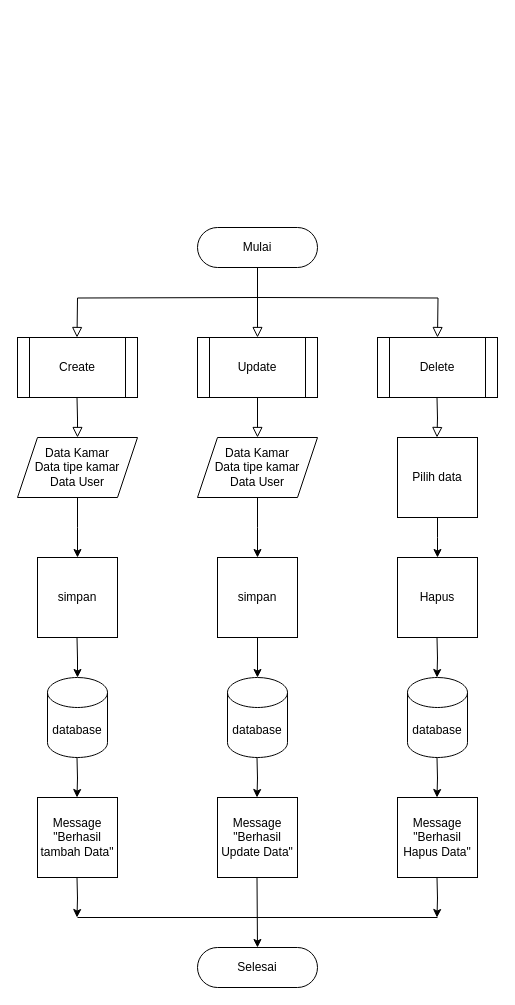
Above: Administrator diagram.drawio in Go-UKK/Flowcart (draw.io), before the change. Source tidied: cells renumbered, new cells numbered last; positions are measured from the earlier drawing's top-left corner, leaving out a move shared by most shapes. Both pictures are drawn from the tidied source at 100%, with x=0, y=0 at pixel (17, 227).
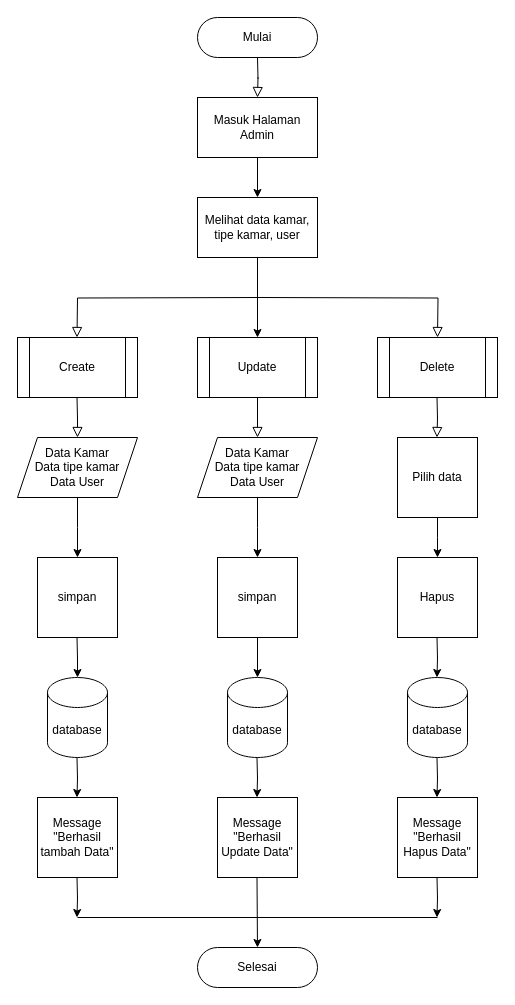
The same page after the edit.

The change refers to these unchanged cells:
```xml
<mxCell id="4" value="Update" style="shape=process;whiteSpace=wrap;html=1;backgroundOutline=1;" parent="1" vertex="1">
  <mxGeometry x="180" y="110" width="120" height="60" as="geometry" />
</mxCell>
```

Diff of the diagram source:
```diff
@@
     <mxCell id="2" style="rounded=0;html=1;jettySize=auto;orthogonalLoop=1;fontSize=11;endArrow=block;endFill=0;endSize=8;strokeWidth=1;shadow=0;labelBackgroundColor=none;edgeStyle=orthogonalEdgeStyle;" parent="1" edge="1">
       <mxGeometry relative="1" as="geometry">
-        <mxPoint x="240" y="40" as="sourcePoint" />
-        <mxPoint x="240" y="110" as="targetPoint" />
+        <mxPoint x="240" y="-170" as="sourcePoint" />
+        <mxPoint x="240" y="-130" as="targetPoint" />
       </mxGeometry>
     </mxCell>
     <mxCell id="3" value="Mulai" style="rounded=1;whiteSpace=wrap;html=1;fontSize=12;glass=0;strokeWidth=1;shadow=0;arcSize=50;" parent="1" vertex="1">
-      <mxGeometry x="180" width="120" height="40" as="geometry" />
+      <mxGeometry x="180" y="-210" width="120" height="40" as="geometry" />
     </mxCell>
@@
+    <mxCell id="38" style="edgeStyle=orthogonalEdgeStyle;rounded=0;jettySize=auto;html=1;" parent="1" edge="1" source="39" target="41">
+      <mxGeometry relative="1" as="geometry" />
+    </mxCell>
+    <mxCell id="39" value="Masuk Halaman Admin" style="rounded=0;whiteSpace=wrap;html=1;" parent="1" vertex="1">
+      <mxGeometry x="180" y="-130" width="120" height="60" as="geometry" />
+    </mxCell>
+    <mxCell id="40" style="edgeStyle=orthogonalEdgeStyle;rounded=0;jettySize=auto;html=1;" parent="1" edge="1" source="41" target="4">
+      <mxGeometry relative="1" as="geometry" />
+    </mxCell>
+    <mxCell id="41" value="Melihat data kamar, tipe kamar, user" style="whiteSpace=wrap;html=1;rounded=0;" parent="1" vertex="1">
+      <mxGeometry x="180" y="-30" width="120" height="60" as="geometry" />
+    </mxCell>
```
